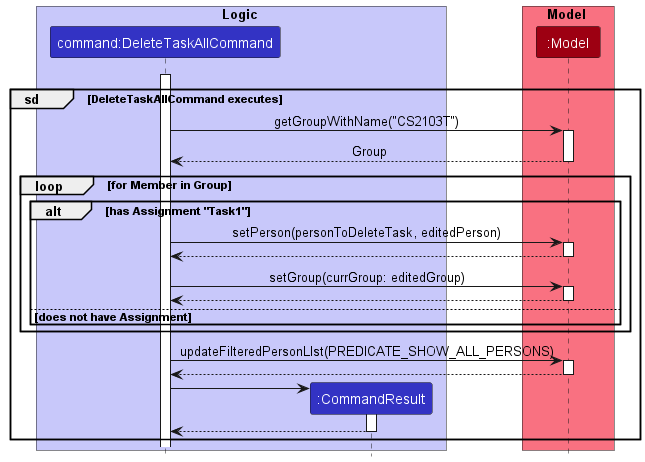
Before: docs/images/DeleteTaskAllCommandExecuteSequenceDiagram.png, a diagram exported from PlantUML (nus-cs2103-AY2223S1/tp). Its diagram source:
```plantuml
@startuml
!include style.puml

box Logic LOGIC_COLOR_T1
participant "command:DeleteTaskAllCommand" as DeleteTaskAllCommand LOGIC_COLOR
participant ":CommandResult" as CommandResult LOGIC_COLOR
end box

box Model MODEL_COLOR_T1
participant ":Model" as Model MODEL_COLOR
end box

DeleteTaskAllCommand -[hidden]-> Model
activate DeleteTaskAllCommand

group sd [DeleteTaskAllCommand executes]
DeleteTaskAllCommand -> Model : getGroupWithName("CS2103T")
activate Model
return Group

loop for Member in Group
alt has Assignment "Task1"
    DeleteTaskAllCommand -> Model : setPerson(personToDeleteTask, editedPerson)
    activate Model
    return
    DeleteTaskAllCommand -> Model : setGroup(currGroup: editedGroup)
    activate Model
    return
else does not have Assignment
end
end
DeleteTaskAllCommand -> Model : updateFilteredPersonLIst(PREDICATE_SHOW_ALL_PERSONS)
activate Model
return

create CommandResult
DeleteTaskAllCommand -> CommandResult
activate CommandResult
return

end

@enduml
```
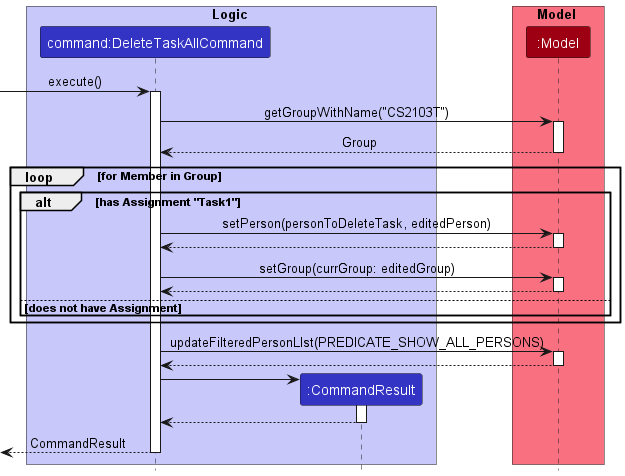
After the commit.

Commit message:
Edit sequence diagrams for all implemented features

What changed in the source:
```diff
@@ -10,10 +10,9 @@
 participant ":Model" as Model MODEL_COLOR
 end box
 
-DeleteTaskAllCommand -[hidden]-> Model
+[-> DeleteTaskAllCommand: execute()
 activate DeleteTaskAllCommand
 
-group sd [DeleteTaskAllCommand executes]
 DeleteTaskAllCommand -> Model : getGroupWithName("CS2103T")
 activate Model
 return Group
@@ -38,6 +37,7 @@
 activate CommandResult
 return
 
-end
+[<-- DeleteTaskAllCommand: CommandResult
+deactivate DeleteTaskAllCommand
 
 @enduml
```
